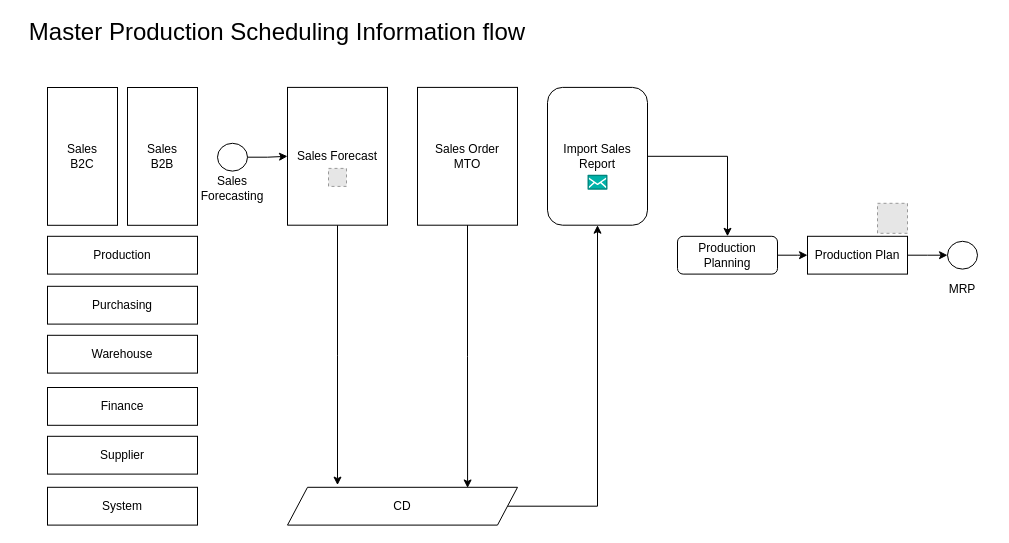
Earlier version of the draw.io diagram page "MPS" (4 of 8) of RM flow.drawio (pkppm-dev/Roy-s). Source tidied: cells renumbered, new cells numbered last; positions are measured from the earlier drawing's top-left corner, leaving out a move shared by most shapes. Both pictures are drawn from the tidied source at 100%, with x=0, y=0 at pixel (17, 17). Pictures stored in the file or linked from it are replaced by grey dashed boxes.
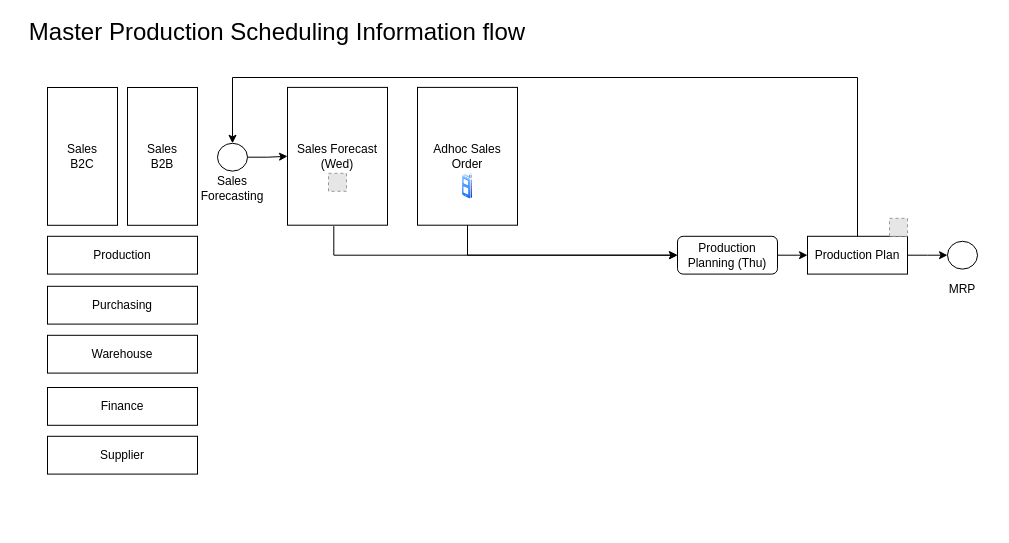
The same diagram, later.

The change refers to these unchanged cells:
```xml
<mxCell id="19" style="ellipse;whiteSpace=wrap;html=1;" parent="1" vertex="1">
  <mxGeometry x="200" y="125.8" width="30" height="27.8" as="geometry" />
</mxCell>
<mxCell id="24" value="Production Plan" style="whiteSpace=wrap;html=1;rounded=0;" parent="1" vertex="1">
  <mxGeometry x="790" y="218.8" width="100" height="37.8" as="geometry" />
</mxCell>
```

The edit, as a diff of the source:
```diff
@@
-    <mxCell id="9" value="System" style="whiteSpace=wrap;html=1;rounded=0;" parent="1" vertex="1">
-      <mxGeometry x="30" y="469.8" width="150" height="37.8" as="geometry" />
-    </mxCell>
-    <mxCell id="10" style="edgeStyle=orthogonalEdgeStyle;rounded=0;jettySize=auto;html=1;entryX=0.5;entryY=0;entryDx=0;entryDy=0;" parent="1" edge="1" source="11">
-      <mxGeometry relative="1" as="geometry">
-        <mxPoint x="320" y="467.6" as="targetPoint" />
-      </mxGeometry>
+    <mxCell id="10" style="edgeStyle=orthogonalEdgeStyle;rounded=0;jettySize=auto;html=1;entryX=0;entryY=0.5;entryDx=0;entryDy=0;exitX=0.463;exitY=1.007;exitDx=0;exitDy=0;exitPerimeter=0;" parent="1" edge="1" source="11" target="15">
+      <mxGeometry relative="1" as="geometry" />
     </mxCell>
-    <mxCell id="11" value="Sales Forecast" style="whiteSpace=wrap;html=1;rounded=0;" parent="1" vertex="1">
+    <mxCell id="11" value="Sales Forecast&lt;div&gt;(Wed)&lt;/div&gt;" style="whiteSpace=wrap;html=1;rounded=0;" parent="1" vertex="1">
       <mxGeometry x="270" y="69.9" width="100" height="137.8" as="geometry" />
     </mxCell>
-    <mxCell id="12" style="edgeStyle=orthogonalEdgeStyle;rounded=0;jettySize=auto;html=1;entryX=0.5;entryY=1;entryDx=0;entryDy=0;" parent="1" edge="1" source="13" target="28">
-      <mxGeometry relative="1" as="geometry" />
-    </mxCell>
-    <mxCell id="13" value="CD" style="whiteSpace=wrap;html=1;rounded=0;shape=parallelogram;perimeter=parallelogramPerimeter;fixedSize=1;" parent="1" vertex="1">
-      <mxGeometry x="270" y="469.8" width="230" height="37.8" as="geometry" />
-    </mxCell>
@@
-    <mxCell id="15" value="Production Planning" style="whiteSpace=wrap;html=1;rounded=1;" parent="1" vertex="1">
+    <mxCell id="15" value="Production Planning (Thu)" style="whiteSpace=wrap;html=1;rounded=1;" parent="1" vertex="1">
       <mxGeometry x="660" y="218.8" width="100" height="37.8" as="geometry" />
     </mxCell>
     <mxCell id="16" style="fillColor=#E6E6E6;strokeColor=#999999;dashed=1;html=1;verticalAlign=top;verticalLabelPosition=bottom;labelBackgroundColor=#ffffff;" parent="1" vertex="1">
-      <mxGeometry x="311" y="150.9" width="18" height="18" as="geometry" />
+      <mxGeometry x="311" y="155.8" width="18" height="18" as="geometry" />
     </mxCell>
@@
-    <mxCell id="21" value="Sales Order&lt;div&gt;MTO&lt;/div&gt;" style="whiteSpace=wrap;html=1;rounded=0;" parent="1" vertex="1">
+    <mxCell id="21" value="Adhoc Sales Order" style="whiteSpace=wrap;html=1;rounded=0;" parent="1" vertex="1">
       <mxGeometry x="400" y="69.9" width="100" height="137.8" as="geometry" />
     </mxCell>
-    <mxCell id="22" style="edgeStyle=orthogonalEdgeStyle;rounded=0;jettySize=auto;html=1;exitX=0.5;exitY=1;exitDx=0;exitDy=0;entryX=0.783;entryY=0.018;entryDx=0;entryDy=0;entryPerimeter=0;" parent="1" edge="1" source="21" target="13">
+    <mxCell id="22" style="edgeStyle=orthogonalEdgeStyle;rounded=0;jettySize=auto;html=1;exitX=0.5;exitY=1;exitDx=0;exitDy=0;entryX=0;entryY=0.5;entryDx=0;entryDy=0;" parent="1" edge="1" source="21" target="15">
       <mxGeometry relative="1" as="geometry" />
     </mxCell>
@@
+    <mxCell id="31" style="edgeStyle=orthogonalEdgeStyle;rounded=0;jettySize=auto;html=1;entryX=0.5;entryY=0;entryDx=0;entryDy=0;exitX=0.5;exitY=0;exitDx=0;exitDy=0;" parent="1" edge="1" source="24" target="19">
+      <mxGeometry relative="1" as="geometry">
+        <Array as="points">
+          <mxPoint x="840" y="60" />
+          <mxPoint x="215" y="60" />
+        </Array>
+      </mxGeometry>
+    </mxCell>
@@
-    <mxCell id="27" style="edgeStyle=orthogonalEdgeStyle;rounded=0;jettySize=auto;html=1;" parent="1" edge="1" source="28" target="15">
-      <mxGeometry relative="1" as="geometry" />
-    </mxCell>
-    <mxCell id="28" value="Import Sales Report" style="whiteSpace=wrap;html=1;rounded=1;" parent="1" vertex="1">
-      <mxGeometry x="530" y="69.9" width="100" height="137.8" as="geometry" />
-    </mxCell>
-    <mxCell id="29" style="verticalLabelPosition=bottom;html=1;shape=mxgraph.salesforce.inbox;" parent="1" vertex="1">
-      <mxGeometry x="570" y="157.2" width="20" height="15" as="geometry" />
-    </mxCell>
-    <mxCell id="30" style="fillColor=#E6E6E6;strokeColor=#999999;dashed=1;html=1;verticalAlign=top;verticalLabelPosition=bottom;labelBackgroundColor=#ffffff;" parent="1" vertex="1">
-      <mxGeometry x="860" y="185.8" width="30" height="30" as="geometry" />
-    </mxCell>
+    <mxCell id="32" style="fillColor=#E6E6E6;strokeColor=#999999;dashed=1;html=1;verticalAlign=top;verticalLabelPosition=bottom;labelBackgroundColor=#ffffff;" parent="1" vertex="1">
+      <mxGeometry x="872" y="200.8" width="18" height="18" as="geometry" />
+    </mxCell>
+    <mxCell id="33" style="image;perimeter=ellipsePerimeter;html=1;align=center;shadow=0;dashed=0;spacingTop=3;image=img/lib/active_directory/cell_phone.svg;" parent="1" vertex="1">
+      <mxGeometry x="444.5" y="155.8" width="11" height="26.2" as="geometry" />
+    </mxCell>
```
